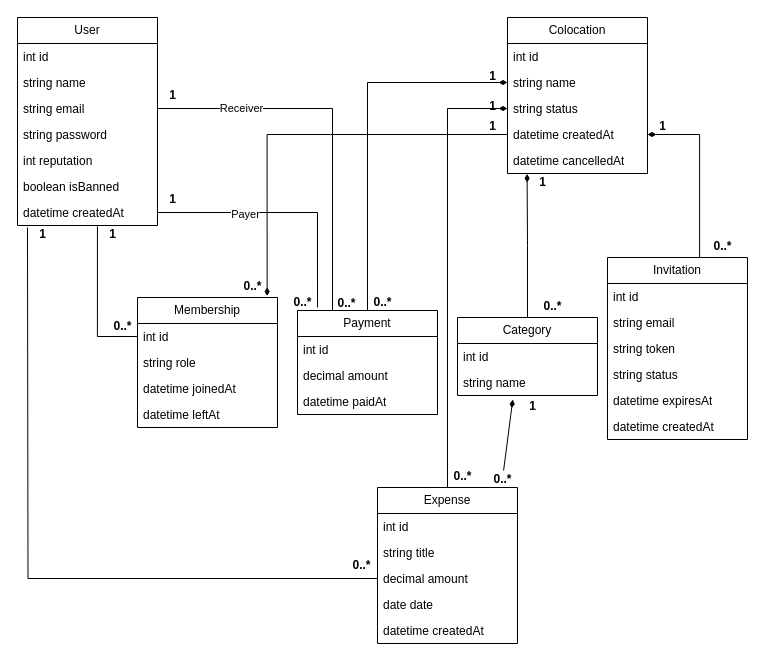
a-oirgari/BriefCroise2 keeps this draw.io diagram as BriefCroise2/assets/diagramClass.drawio. Above is the earlier version. Source tidied: cells renumbered, new cells numbered last; positions are measured from the earlier drawing's top-left corner, leaving out a move shared by most shapes. Both pictures are drawn from the tidied source at 100%, with x=0, y=0 at pixel (17, 17).
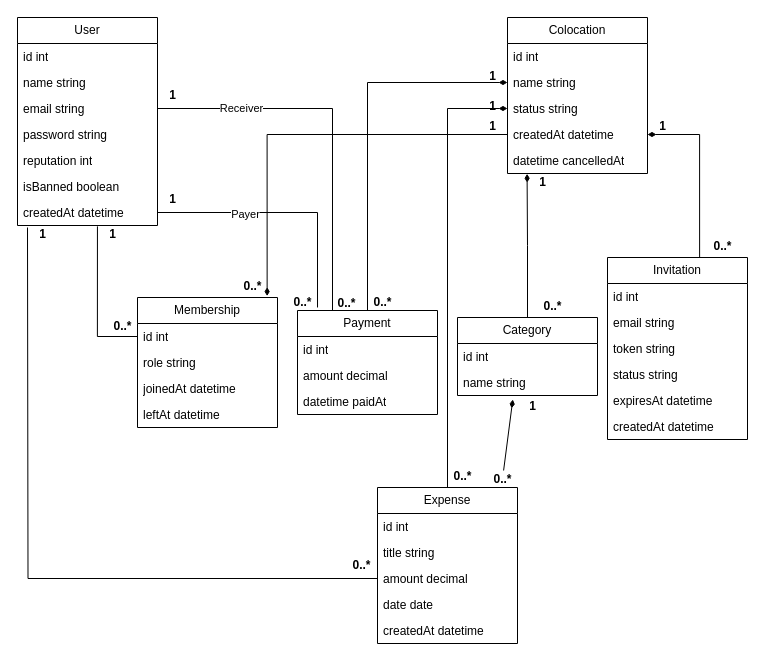
The same diagram, later.

Commit message:
refactor: fixing the types error on the class diagram

Unchanged cells that the change refers to:
```xml
<mxCell id="2" value="Colocation" style="swimlane;fontStyle=0;horizontal=1;startSize=26;fillColor=none;whiteSpace=wrap;html=1;" parent="1" vertex="1">
  <mxGeometry x="490" width="140" height="156" as="geometry" />
</mxCell>
<mxCell id="8" value="User" style="swimlane;fontStyle=0;horizontal=1;startSize=26;fillColor=none;whiteSpace=wrap;html=1;" parent="1" vertex="1">
  <mxGeometry width="140" height="208" as="geometry" />
</mxCell>
<mxCell id="16" value="Invitation" style="swimlane;fontStyle=0;horizontal=1;startSize=26;fillColor=none;whiteSpace=wrap;html=1;" parent="1" vertex="1">
  <mxGeometry x="590" y="240" width="140" height="182" as="geometry" />
</mxCell>
<mxCell id="24" value="Expense" style="swimlane;fontStyle=0;horizontal=1;startSize=26;fillColor=none;whiteSpace=wrap;html=1;" parent="1" vertex="1">
  <mxGeometry x="360" y="470" width="140" height="156" as="geometry" />
</mxCell>
<mxCell id="31" value="Membership" style="swimlane;fontStyle=0;horizontal=1;startSize=26;fillColor=none;whiteSpace=wrap;html=1;" parent="1" vertex="1">
  <mxGeometry x="120" y="280" width="140" height="130" as="geometry" />
</mxCell>
<mxCell id="37" value="Payment" style="swimlane;fontStyle=0;horizontal=1;startSize=26;fillColor=none;whiteSpace=wrap;html=1;" parent="1" vertex="1">
  <mxGeometry x="280" y="293" width="140" height="104" as="geometry" />
</mxCell>
<mxCell id="41" value="Category" style="swimlane;fontStyle=0;horizontal=1;startSize=26;fillColor=none;whiteSpace=wrap;html=1;" parent="1" vertex="1">
  <mxGeometry x="440" y="300" width="140" height="78" as="geometry" />
</mxCell>
```

The edit, as a diff of the source:
```diff
@@
-    <mxCell id="3" value="int id" style="text;strokeColor=none;fillColor=none;align=left;verticalAlign=top;spacingLeft=4;spacingRight=4;overflow=hidden;whiteSpace=wrap;html=1;" parent="2" vertex="1">
+    <mxCell id="3" value="&lt;span style=&quot;color: rgb(0, 0, 0);&quot;&gt;id int&lt;/span&gt;" style="text;strokeColor=none;fillColor=none;align=left;verticalAlign=top;spacingLeft=4;spacingRight=4;overflow=hidden;whiteSpace=wrap;html=1;" parent="2" vertex="1">
       <mxGeometry y="26" width="140" height="26" as="geometry" />
     </mxCell>
-    <mxCell id="4" value="string name" style="text;strokeColor=none;fillColor=none;align=left;verticalAlign=top;spacingLeft=4;spacingRight=4;overflow=hidden;points=[[0,0.5],[1,0.5]];portConstraint=eastwest;whiteSpace=wrap;html=1;" parent="2" vertex="1">
+    <mxCell id="4" value="&lt;span style=&quot;color: rgb(0, 0, 0);&quot;&gt;name string&lt;/span&gt;" style="text;strokeColor=none;fillColor=none;align=left;verticalAlign=top;spacingLeft=4;spacingRight=4;overflow=hidden;points=[[0,0.5],[1,0.5]];portConstraint=eastwest;whiteSpace=wrap;html=1;" parent="2" vertex="1">
       <mxGeometry y="52" width="140" height="26" as="geometry" />
     </mxCell>
-    <mxCell id="5" value="string status" style="text;strokeColor=none;fillColor=none;align=left;verticalAlign=top;spacingLeft=4;spacingRight=4;overflow=hidden;points=[[0,0.5],[1,0.5]];portConstraint=eastwest;whiteSpace=wrap;html=1;" parent="2" vertex="1">
+    <mxCell id="5" value="status string" style="text;strokeColor=none;fillColor=none;align=left;verticalAlign=top;spacingLeft=4;spacingRight=4;overflow=hidden;points=[[0,0.5],[1,0.5]];portConstraint=eastwest;whiteSpace=wrap;html=1;" parent="2" vertex="1">
       <mxGeometry y="78" width="140" height="26" as="geometry" />
     </mxCell>
-    <mxCell id="6" value="datetime createdAt" style="text;strokeColor=none;fillColor=none;align=left;verticalAlign=top;spacingLeft=4;spacingRight=4;overflow=hidden;points=[[0,0.5],[1,0.5]];portConstraint=eastwest;whiteSpace=wrap;html=1;" parent="2" vertex="1">
+    <mxCell id="6" value="&lt;span style=&quot;color: rgb(0, 0, 0);&quot;&gt;createdAt datetime&lt;/span&gt;" style="text;strokeColor=none;fillColor=none;align=left;verticalAlign=top;spacingLeft=4;spacingRight=4;overflow=hidden;points=[[0,0.5],[1,0.5]];portConstraint=eastwest;whiteSpace=wrap;html=1;" parent="2" vertex="1">
       <mxGeometry y="104" width="140" height="26" as="geometry" />
     </mxCell>
@@
-    <mxCell id="9" value="int id" style="text;strokeColor=none;fillColor=none;align=left;verticalAlign=top;spacingLeft=4;spacingRight=4;overflow=hidden;whiteSpace=wrap;html=1;" parent="8" vertex="1">
+    <mxCell id="9" value="id int" style="text;strokeColor=none;fillColor=none;align=left;verticalAlign=top;spacingLeft=4;spacingRight=4;overflow=hidden;whiteSpace=wrap;html=1;" parent="8" vertex="1">
       <mxGeometry y="26" width="140" height="26" as="geometry" />
     </mxCell>
-    <mxCell id="10" value="string name" style="text;strokeColor=none;fillColor=none;align=left;verticalAlign=top;spacingLeft=4;spacingRight=4;overflow=hidden;whiteSpace=wrap;html=1;" parent="8" vertex="1">
+    <mxCell id="10" value="name string" style="text;strokeColor=none;fillColor=none;align=left;verticalAlign=top;spacingLeft=4;spacingRight=4;overflow=hidden;whiteSpace=wrap;html=1;" parent="8" vertex="1">
       <mxGeometry y="52" width="140" height="26" as="geometry" />
     </mxCell>
-    <mxCell id="11" value="string email" style="text;strokeColor=none;fillColor=none;align=left;verticalAlign=top;spacingLeft=4;spacingRight=4;overflow=hidden;points=[[0,0.5],[1,0.5]];portConstraint=eastwest;whiteSpace=wrap;html=1;" parent="8" vertex="1">
+    <mxCell id="11" value="email string" style="text;strokeColor=none;fillColor=none;align=left;verticalAlign=top;spacingLeft=4;spacingRight=4;overflow=hidden;points=[[0,0.5],[1,0.5]];portConstraint=eastwest;whiteSpace=wrap;html=1;" parent="8" vertex="1">
       <mxGeometry y="78" width="140" height="26" as="geometry" />
     </mxCell>
-    <mxCell id="12" value="string password" style="text;strokeColor=none;fillColor=none;align=left;verticalAlign=top;spacingLeft=4;spacingRight=4;overflow=hidden;whiteSpace=wrap;html=1;" parent="8" vertex="1">
+    <mxCell id="12" value="password string" style="text;strokeColor=none;fillColor=none;align=left;verticalAlign=top;spacingLeft=4;spacingRight=4;overflow=hidden;whiteSpace=wrap;html=1;" parent="8" vertex="1">
       <mxGeometry y="104" width="140" height="26" as="geometry" />
     </mxCell>
-    <mxCell id="13" value="int reputation" style="text;strokeColor=none;fillColor=none;align=left;verticalAlign=top;spacingLeft=4;spacingRight=4;overflow=hidden;whiteSpace=wrap;html=1;" parent="8" vertex="1">
+    <mxCell id="13" value="reputation int" style="text;strokeColor=none;fillColor=none;align=left;verticalAlign=top;spacingLeft=4;spacingRight=4;overflow=hidden;whiteSpace=wrap;html=1;" parent="8" vertex="1">
       <mxGeometry y="130" width="140" height="26" as="geometry" />
     </mxCell>
-    <mxCell id="14" value="boolean isBanned" style="text;strokeColor=none;fillColor=none;align=left;verticalAlign=top;spacingLeft=4;spacingRight=4;overflow=hidden;whiteSpace=wrap;html=1;" parent="8" vertex="1">
+    <mxCell id="14" value="isBanned boolean" style="text;strokeColor=none;fillColor=none;align=left;verticalAlign=top;spacingLeft=4;spacingRight=4;overflow=hidden;whiteSpace=wrap;html=1;" parent="8" vertex="1">
       <mxGeometry y="156" width="140" height="26" as="geometry" />
     </mxCell>
-    <mxCell id="15" value="datetime createdAt" style="text;strokeColor=none;fillColor=none;align=left;verticalAlign=top;spacingLeft=4;spacingRight=4;overflow=hidden;points=[[0,0.5],[1,0.5]];portConstraint=eastwest;whiteSpace=wrap;html=1;" parent="8" vertex="1">
+    <mxCell id="15" value="createdAt datetime" style="text;strokeColor=none;fillColor=none;align=left;verticalAlign=top;spacingLeft=4;spacingRight=4;overflow=hidden;points=[[0,0.5],[1,0.5]];portConstraint=eastwest;whiteSpace=wrap;html=1;" parent="8" vertex="1">
       <mxGeometry y="182" width="140" height="26" as="geometry" />
     </mxCell>
@@
-    <mxCell id="17" value="int id" style="text;strokeColor=none;fillColor=none;align=left;verticalAlign=top;spacingLeft=4;spacingRight=4;overflow=hidden;whiteSpace=wrap;html=1;" parent="16" vertex="1">
+    <mxCell id="17" value="&lt;span style=&quot;color: rgb(0, 0, 0);&quot;&gt;id int&lt;/span&gt;" style="text;strokeColor=none;fillColor=none;align=left;verticalAlign=top;spacingLeft=4;spacingRight=4;overflow=hidden;whiteSpace=wrap;html=1;" parent="16" vertex="1">
       <mxGeometry y="26" width="140" height="26" as="geometry" />
     </mxCell>
-    <mxCell id="18" value="string email" style="text;strokeColor=none;fillColor=none;align=left;verticalAlign=top;spacingLeft=4;spacingRight=4;overflow=hidden;whiteSpace=wrap;html=1;" parent="16" vertex="1">
+    <mxCell id="18" value="&lt;span style=&quot;color: rgb(0, 0, 0);&quot;&gt;email string&lt;/span&gt;" style="text;strokeColor=none;fillColor=none;align=left;verticalAlign=top;spacingLeft=4;spacingRight=4;overflow=hidden;whiteSpace=wrap;html=1;" parent="16" vertex="1">
       <mxGeometry y="52" width="140" height="26" as="geometry" />
     </mxCell>
-    <mxCell id="19" value="string token" style="text;strokeColor=none;fillColor=none;align=left;verticalAlign=top;spacingLeft=4;spacingRight=4;overflow=hidden;whiteSpace=wrap;html=1;" parent="16" vertex="1">
+    <mxCell id="19" value="token string" style="text;strokeColor=none;fillColor=none;align=left;verticalAlign=top;spacingLeft=4;spacingRight=4;overflow=hidden;whiteSpace=wrap;html=1;" parent="16" vertex="1">
       <mxGeometry y="78" width="140" height="26" as="geometry" />
     </mxCell>
-    <mxCell id="20" value="string status" style="text;strokeColor=none;fillColor=none;align=left;verticalAlign=top;spacingLeft=4;spacingRight=4;overflow=hidden;whiteSpace=wrap;html=1;" parent="16" vertex="1">
+    <mxCell id="20" value="&lt;span style=&quot;color: rgb(0, 0, 0);&quot;&gt;status string&lt;/span&gt;" style="text;strokeColor=none;fillColor=none;align=left;verticalAlign=top;spacingLeft=4;spacingRight=4;overflow=hidden;whiteSpace=wrap;html=1;" parent="16" vertex="1">
       <mxGeometry y="104" width="140" height="26" as="geometry" />
     </mxCell>
-    <mxCell id="21" value="datetime expiresAt" style="text;strokeColor=none;fillColor=none;align=left;verticalAlign=top;spacingLeft=4;spacingRight=4;overflow=hidden;whiteSpace=wrap;html=1;" parent="16" vertex="1">
+    <mxCell id="21" value="expiresAt datetime" style="text;strokeColor=none;fillColor=none;align=left;verticalAlign=top;spacingLeft=4;spacingRight=4;overflow=hidden;whiteSpace=wrap;html=1;" parent="16" vertex="1">
       <mxGeometry y="130" width="140" height="26" as="geometry" />
     </mxCell>
-    <mxCell id="22" value="datetime createdAt" style="text;strokeColor=none;fillColor=none;align=left;verticalAlign=top;spacingLeft=4;spacingRight=4;overflow=hidden;whiteSpace=wrap;html=1;" parent="16" vertex="1">
+    <mxCell id="22" value="&lt;span style=&quot;color: rgb(0, 0, 0);&quot;&gt;createdAt datetime&lt;/span&gt;" style="text;strokeColor=none;fillColor=none;align=left;verticalAlign=top;spacingLeft=4;spacingRight=4;overflow=hidden;whiteSpace=wrap;html=1;" parent="16" vertex="1">
       <mxGeometry y="156" width="140" height="26" as="geometry" />
     </mxCell>
@@
-    <mxCell id="25" value="int id" style="text;strokeColor=none;fillColor=none;align=left;verticalAlign=top;spacingLeft=4;spacingRight=4;overflow=hidden;whiteSpace=wrap;html=1;" parent="24" vertex="1">
+    <mxCell id="25" value="&lt;span style=&quot;color: rgb(0, 0, 0);&quot;&gt;id int&lt;/span&gt;" style="text;strokeColor=none;fillColor=none;align=left;verticalAlign=top;spacingLeft=4;spacingRight=4;overflow=hidden;whiteSpace=wrap;html=1;" parent="24" vertex="1">
       <mxGeometry y="26" width="140" height="26" as="geometry" />
     </mxCell>
-    <mxCell id="26" value="string title" style="text;strokeColor=none;fillColor=none;align=left;verticalAlign=top;spacingLeft=4;spacingRight=4;overflow=hidden;whiteSpace=wrap;html=1;" parent="24" vertex="1">
+    <mxCell id="26" value="title string" style="text;strokeColor=none;fillColor=none;align=left;verticalAlign=top;spacingLeft=4;spacingRight=4;overflow=hidden;whiteSpace=wrap;html=1;" parent="24" vertex="1">
       <mxGeometry y="52" width="140" height="26" as="geometry" />
     </mxCell>
@@
-    <mxCell id="28" value="decimal amount" style="text;strokeColor=none;fillColor=none;align=left;verticalAlign=top;spacingLeft=4;spacingRight=4;overflow=hidden;points=[[0,0.5],[1,0.5]];portConstraint=eastwest;whiteSpace=wrap;html=1;" parent="24" vertex="1">
+    <mxCell id="28" value="&lt;span style=&quot;color: rgb(0, 0, 0);&quot;&gt;amount decimal&lt;/span&gt;" style="text;strokeColor=none;fillColor=none;align=left;verticalAlign=top;spacingLeft=4;spacingRight=4;overflow=hidden;points=[[0,0.5],[1,0.5]];portConstraint=eastwest;whiteSpace=wrap;html=1;" parent="24" vertex="1">
       <mxGeometry y="78" width="140" height="26" as="geometry" />
     </mxCell>
@@
-    <mxCell id="30" value="datetime createdAt" style="text;strokeColor=none;fillColor=none;align=left;verticalAlign=top;spacingLeft=4;spacingRight=4;overflow=hidden;whiteSpace=wrap;html=1;" parent="24" vertex="1">
+    <mxCell id="30" value="&lt;span style=&quot;color: rgb(0, 0, 0);&quot;&gt;createdAt datetime&lt;/span&gt;" style="text;strokeColor=none;fillColor=none;align=left;verticalAlign=top;spacingLeft=4;spacingRight=4;overflow=hidden;whiteSpace=wrap;html=1;" parent="24" vertex="1">
       <mxGeometry y="130" width="140" height="26" as="geometry" />
     </mxCell>
@@
-    <mxCell id="32" value="int id" style="text;strokeColor=none;fillColor=none;align=left;verticalAlign=top;spacingLeft=4;spacingRight=4;overflow=hidden;points=[[0,0.5],[1,0.5]];portConstraint=eastwest;whiteSpace=wrap;html=1;" parent="31" vertex="1">
+    <mxCell id="32" value="&lt;span style=&quot;color: rgb(0, 0, 0);&quot;&gt;id int&lt;/span&gt;" style="text;strokeColor=none;fillColor=none;align=left;verticalAlign=top;spacingLeft=4;spacingRight=4;overflow=hidden;points=[[0,0.5],[1,0.5]];portConstraint=eastwest;whiteSpace=wrap;html=1;" parent="31" vertex="1">
       <mxGeometry y="26" width="140" height="26" as="geometry" />
     </mxCell>
-    <mxCell id="33" value="string role" style="text;strokeColor=none;fillColor=none;align=left;verticalAlign=top;spacingLeft=4;spacingRight=4;overflow=hidden;whiteSpace=wrap;html=1;" parent="31" vertex="1">
+    <mxCell id="33" value="role string" style="text;strokeColor=none;fillColor=none;align=left;verticalAlign=top;spacingLeft=4;spacingRight=4;overflow=hidden;whiteSpace=wrap;html=1;" parent="31" vertex="1">
       <mxGeometry y="52" width="140" height="26" as="geometry" />
     </mxCell>
-    <mxCell id="34" value="datetime joinedAt" style="text;strokeColor=none;fillColor=none;align=left;verticalAlign=top;spacingLeft=4;spacingRight=4;overflow=hidden;whiteSpace=wrap;html=1;" parent="31" vertex="1">
+    <mxCell id="34" value="joinedAt datetime" style="text;strokeColor=none;fillColor=none;align=left;verticalAlign=top;spacingLeft=4;spacingRight=4;overflow=hidden;whiteSpace=wrap;html=1;" parent="31" vertex="1">
       <mxGeometry y="78" width="140" height="26" as="geometry" />
     </mxCell>
-    <mxCell id="35" value="datetime leftAt" style="text;strokeColor=none;fillColor=none;align=left;verticalAlign=top;spacingLeft=4;spacingRight=4;overflow=hidden;whiteSpace=wrap;html=1;" parent="31" vertex="1">
+    <mxCell id="35" value="leftAt datetime" style="text;strokeColor=none;fillColor=none;align=left;verticalAlign=top;spacingLeft=4;spacingRight=4;overflow=hidden;whiteSpace=wrap;html=1;" parent="31" vertex="1">
       <mxGeometry y="104" width="140" height="26" as="geometry" />
     </mxCell>
@@
-    <mxCell id="38" value="int id" style="text;strokeColor=none;fillColor=none;align=left;verticalAlign=top;spacingLeft=4;spacingRight=4;overflow=hidden;whiteSpace=wrap;html=1;" parent="37" vertex="1">
+    <mxCell id="38" value="&lt;span style=&quot;color: rgb(0, 0, 0);&quot;&gt;id int&lt;/span&gt;" style="text;strokeColor=none;fillColor=none;align=left;verticalAlign=top;spacingLeft=4;spacingRight=4;overflow=hidden;whiteSpace=wrap;html=1;" parent="37" vertex="1">
       <mxGeometry y="26" width="140" height="26" as="geometry" />
     </mxCell>
-    <mxCell id="39" value="decimal amount" style="text;strokeColor=none;fillColor=none;align=left;verticalAlign=top;spacingLeft=4;spacingRight=4;overflow=hidden;whiteSpace=wrap;html=1;" parent="37" vertex="1">
+    <mxCell id="39" value="amount decimal" style="text;strokeColor=none;fillColor=none;align=left;verticalAlign=top;spacingLeft=4;spacingRight=4;overflow=hidden;whiteSpace=wrap;html=1;" parent="37" vertex="1">
       <mxGeometry y="52" width="140" height="26" as="geometry" />
     </mxCell>
@@
-    <mxCell id="42" value="int id" style="text;strokeColor=none;fillColor=none;align=left;verticalAlign=top;spacingLeft=4;spacingRight=4;overflow=hidden;whiteSpace=wrap;html=1;" parent="41" vertex="1">
+    <mxCell id="42" value="&lt;span style=&quot;color: rgb(0, 0, 0);&quot;&gt;id int&lt;/span&gt;" style="text;strokeColor=none;fillColor=none;align=left;verticalAlign=top;spacingLeft=4;spacingRight=4;overflow=hidden;whiteSpace=wrap;html=1;" parent="41" vertex="1">
       <mxGeometry y="26" width="140" height="26" as="geometry" />
     </mxCell>
-    <mxCell id="43" value="string name" style="text;strokeColor=none;fillColor=none;align=left;verticalAlign=top;spacingLeft=4;spacingRight=4;overflow=hidden;points=[[0,0.5],[1,0.5]];portConstraint=eastwest;whiteSpace=wrap;html=1;" parent="41" vertex="1">
+    <mxCell id="43" value="&lt;span style=&quot;color: rgb(0, 0, 0);&quot;&gt;name string&lt;/span&gt;" style="text;strokeColor=none;fillColor=none;align=left;verticalAlign=top;spacingLeft=4;spacingRight=4;overflow=hidden;points=[[0,0.5],[1,0.5]];portConstraint=eastwest;whiteSpace=wrap;html=1;" parent="41" vertex="1">
       <mxGeometry y="52" width="140" height="26" as="geometry" />
     </mxCell>
```
